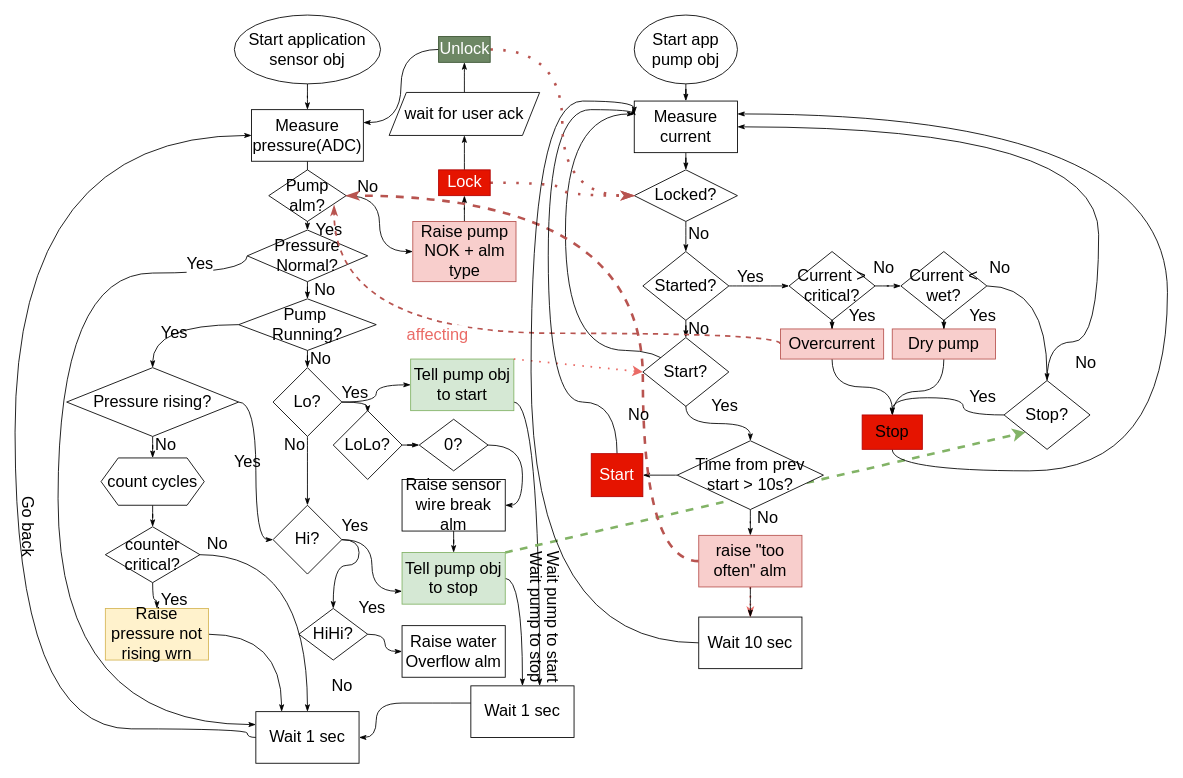
Before: page "Algo" (2 of 2) of PumpDriver.drawio in megavad/Diagrams, a draw.io diagram. Source tidied: cells renumbered, new cells numbered last; positions are measured from the earlier drawing's top-left corner, leaving out a move shared by most shapes. Both pictures are drawn from the tidied source at 86%, with x=0, y=0 at pixel (-11, 15).
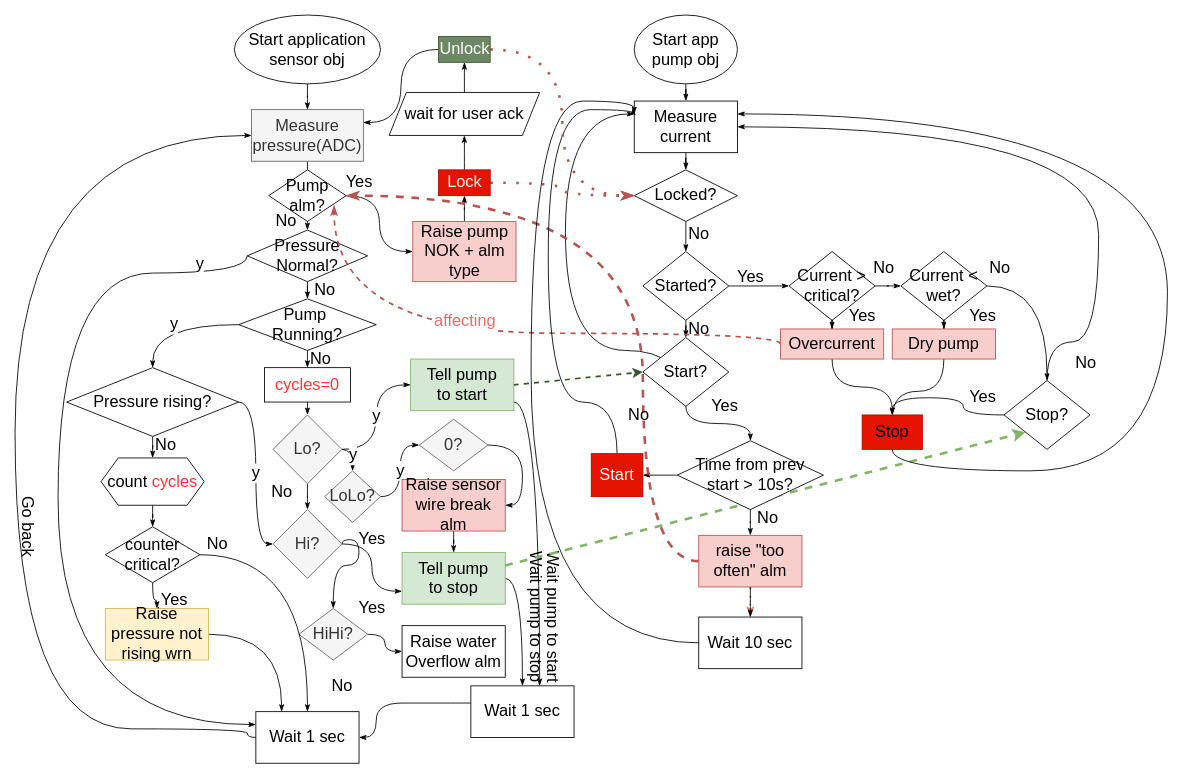
Above is the later version.

The change refers to these unchanged cells:
```xml
<mxCell id="20" value="Wait 1 sec" style="rounded=0;whiteSpace=wrap;html=1;fontSize=19;strokeWidth=1;" parent="1" vertex="1">
  <mxGeometry x="310" y="810" width="120" height="60" as="geometry" />
</mxCell>
<mxCell id="25" value="Pressure&lt;br&gt;Normal?" style="rhombus;whiteSpace=wrap;html=1;fontSize=19;strokeWidth=1;" parent="1" vertex="1">
  <mxGeometry x="300" y="250" width="140" height="60" as="geometry" />
</mxCell>
<mxCell id="50" value="Start?" style="rhombus;whiteSpace=wrap;html=1;fontSize=19;strokeWidth=1;" parent="1" vertex="1">
  <mxGeometry x="760" y="375" width="100" height="80" as="geometry" />
</mxCell>
<mxCell id="53" value="Stop?" style="rhombus;whiteSpace=wrap;html=1;fontSize=19;strokeWidth=1;" parent="1" vertex="1">
  <mxGeometry x="1180" y="425" width="100" height="80" as="geometry" />
</mxCell>
<mxCell id="67" value="Pressure rising?" style="rhombus;whiteSpace=wrap;html=1;fontSize=19;strokeWidth=1;" parent="1" vertex="1">
  <mxGeometry x="90" y="410" width="200" height="80" as="geometry" />
</mxCell>
<mxCell id="70" value="Pump&amp;nbsp;&lt;br&gt;Running?" style="rhombus;whiteSpace=wrap;html=1;fontSize=19;strokeWidth=1;" parent="1" vertex="1">
  <mxGeometry x="290" y="330" width="160" height="60" as="geometry" />
</mxCell>
<mxCell id="77" style="edgeStyle=orthogonalEdgeStyle;curved=1;jettySize=auto;html=1;entryX=0.844;entryY=0.688;entryDx=0;entryDy=0;entryPerimeter=0;fontSize=19;endArrow=classicThin;endFill=1;strokeColor=#b85450;strokeWidth=2;dashed=1;fillColor=#f8cecc;exitX=0;exitY=0.5;exitDx=0;exitDy=0;" parent="1" edge="1" source="80" target="59">
  <mxGeometry relative="1" as="geometry">
    <Array as="points">
      <mxPoint x="920" y="370" />
      <mxPoint x="401" y="370" />
    </Array>
  </mxGeometry>
</mxCell>
```

Diff of the diagram source:
```diff
@@
-    <mxCell id="5" value="Measure pressure(ADC)" style="rounded=0;whiteSpace=wrap;html=1;fontSize=19;strokeWidth=1;" parent="1" vertex="1">
+    <mxCell id="5" value="Measure pressure(ADC)" style="rounded=0;whiteSpace=wrap;html=1;fontSize=19;strokeWidth=1;fillColor=#f5f5f5;fontColor=#333333;strokeColor=#666666;" parent="1" vertex="1">
       <mxGeometry x="305" y="110" width="130" height="60" as="geometry" />
     </mxCell>
-    <mxCell id="6" style="edgeStyle=orthogonalEdgeStyle;curved=1;jettySize=auto;html=1;fontSize=19;endArrow=classicThin;endFill=1;strokeColor=default;strokeWidth=1;entryX=0.8;entryY=1.056;entryDx=0;entryDy=0;entryPerimeter=0;exitX=1;exitY=0.5;exitDx=0;exitDy=0;" parent="1" edge="1" source="9" target="28">
-      <mxGeometry relative="1" as="geometry" />
-    </mxCell>
@@
-    <mxCell id="8" style="edgeStyle=orthogonalEdgeStyle;curved=1;jettySize=auto;html=1;entryX=0;entryY=0.5;entryDx=0;entryDy=0;fontSize=19;endArrow=classicThin;endFill=1;strokeColor=default;strokeWidth=1;" parent="1" edge="1" source="9" target="22">
+    <mxCell id="8" value="y" style="edgeStyle=orthogonalEdgeStyle;curved=1;jettySize=auto;html=1;entryX=0;entryY=0.5;entryDx=0;entryDy=0;fontSize=19;endArrow=classicThin;endFill=1;strokeColor=default;strokeWidth=1;" parent="1" edge="1" source="9" target="22">
       <mxGeometry relative="1" as="geometry" />
     </mxCell>
+    <mxCell id="129" value="y" style="edgeStyle=orthogonalEdgeStyle;curved=1;jettySize=auto;html=1;exitX=1;exitY=0.5;exitDx=0;exitDy=0;fontSize=19;fontColor=#000000;endArrow=classicThin;endFill=1;strokeColor=#000000;strokeWidth=1;entryX=0.5;entryY=0;entryDx=0;entryDy=0;" parent="1" edge="1" source="9" target="11">
+      <mxGeometry relative="1" as="geometry" />
+    </mxCell>
-    <mxCell id="9" value="Lo?" style="rhombus;whiteSpace=wrap;html=1;fontSize=19;strokeWidth=1;" parent="1" vertex="1">
-      <mxGeometry x="330" y="410" width="80" height="80" as="geometry" />
+    <mxCell id="9" value="Lo?" style="rhombus;whiteSpace=wrap;html=1;fontSize=19;strokeWidth=1;fillColor=#f5f5f5;fontColor=#333333;strokeColor=#666666;" parent="1" vertex="1">
+      <mxGeometry x="330" y="465" width="80" height="80" as="geometry" />
     </mxCell>
-    <mxCell id="10" style="edgeStyle=orthogonalEdgeStyle;curved=1;jettySize=auto;html=1;fontSize=19;endArrow=classicThin;endFill=1;strokeColor=default;strokeWidth=1;" parent="1" edge="1" source="11" target="74">
+    <mxCell id="10" value="y" style="edgeStyle=orthogonalEdgeStyle;curved=1;jettySize=auto;html=1;fontSize=19;endArrow=classicThin;endFill=1;strokeColor=default;strokeWidth=1;" parent="1" edge="1" source="11" target="74">
       <mxGeometry relative="1" as="geometry" />
     </mxCell>
-    <mxCell id="11" value="LoLo?" style="rhombus;whiteSpace=wrap;html=1;fontSize=19;strokeWidth=1;" parent="1" vertex="1">
-      <mxGeometry x="400" y="460" width="80" height="80" as="geometry" />
+    <mxCell id="11" value="LoLo?" style="rhombus;whiteSpace=wrap;html=1;fontSize=19;strokeWidth=1;fillColor=#f5f5f5;fontColor=#333333;strokeColor=#666666;" parent="1" vertex="1">
+      <mxGeometry x="390" y="530" width="65" height="60" as="geometry" />
     </mxCell>
@@
-    <mxCell id="14" value="Hi?" style="rhombus;whiteSpace=wrap;html=1;fontSize=19;strokeWidth=1;" parent="1" vertex="1">
-      <mxGeometry x="330" y="570" width="80" height="80" as="geometry" />
+    <mxCell id="14" value="Hi?" style="rhombus;whiteSpace=wrap;html=1;fontSize=19;strokeWidth=1;fillColor=#f5f5f5;fontColor=#333333;strokeColor=#666666;" parent="1" vertex="1">
+      <mxGeometry x="330" y="575" width="80" height="80" as="geometry" />
     </mxCell>
@@
-    <mxCell id="16" value="HiHi?" style="rhombus;whiteSpace=wrap;html=1;fontSize=19;strokeWidth=1;" parent="1" vertex="1">
+    <mxCell id="16" value="HiHi?" style="rhombus;whiteSpace=wrap;html=1;fontSize=19;strokeWidth=1;fillColor=#f5f5f5;fontColor=#333333;strokeColor=#666666;" parent="1" vertex="1">
       <mxGeometry x="360" y="690" width="80" height="60" as="geometry" />
     </mxCell>
     <mxCell id="17" value="No" style="text;html=1;align=center;verticalAlign=middle;strokeColor=none;fillColor=none;fontSize=19;" parent="1" vertex="1">
-      <mxGeometry x="330" y="480" width="50" height="40" as="geometry" />
+      <mxGeometry x="315" y="535" width="50" height="40" as="geometry" />
     </mxCell>
@@
-    <mxCell id="22" value="Tell pump obj&lt;br&gt;to start" style="whiteSpace=wrap;html=1;fontSize=19;strokeWidth=1;fillColor=#d5e8d4;strokeColor=#82b366;" parent="1" vertex="1">
+    <mxCell id="22" value="Tell pump&lt;br&gt;to start" style="whiteSpace=wrap;html=1;fontSize=19;strokeWidth=1;fillColor=#d5e8d4;strokeColor=#82b366;" parent="1" vertex="1">
       <mxGeometry x="490" y="400" width="120" height="60" as="geometry" />
     </mxCell>
-    <mxCell id="23" value="Yes" style="edgeStyle=orthogonalEdgeStyle;curved=1;jettySize=auto;html=1;entryX=0;entryY=0.25;entryDx=0;entryDy=0;fontSize=19;endArrow=classicThin;endFill=1;strokeColor=default;strokeWidth=1;exitX=0;exitY=0.5;exitDx=0;exitDy=0;" parent="1" edge="1" source="25" target="20">
+    <mxCell id="23" value="y" style="edgeStyle=orthogonalEdgeStyle;curved=1;jettySize=auto;html=1;entryX=0;entryY=0.25;entryDx=0;entryDy=0;fontSize=19;endArrow=classicThin;endFill=1;strokeColor=default;strokeWidth=1;exitX=0;exitY=0.5;exitDx=0;exitDy=0;" parent="1" edge="1" source="25" target="20">
       <mxGeometry x="-0.85" y="-10" relative="1" as="geometry">
         <Array as="points">
           <mxPoint x="300" y="300" />
           <mxPoint x="80" y="300" />
           <mxPoint x="80" y="825" />
         </Array>
       </mxGeometry>
     </mxCell>
@@
-    <mxCell id="28" value="Yes" style="text;html=1;align=center;verticalAlign=middle;points=[];strokeColor=none;fillColor=none;fontSize=19;" parent="1" vertex="1">
-      <mxGeometry x="400" y="420" width="50" height="40" as="geometry" />
-    </mxCell>
@@
-    <mxCell id="30" value="Tell pump obj&lt;br&gt;to stop" style="whiteSpace=wrap;html=1;fontSize=19;strokeWidth=1;fillColor=#d5e8d4;strokeColor=#82b366;" parent="1" vertex="1">
+    <mxCell id="30" value="Tell pump&lt;br&gt;to stop" style="whiteSpace=wrap;html=1;fontSize=19;strokeWidth=1;fillColor=#d5e8d4;strokeColor=#82b366;" parent="1" vertex="1">
       <mxGeometry x="480" y="625" width="120" height="60" as="geometry" />
     </mxCell>
     <mxCell id="31" value="Yes" style="text;html=1;align=center;verticalAlign=middle;strokeColor=none;fillColor=none;fontSize=19;" parent="1" vertex="1">
-      <mxGeometry x="400" y="575" width="50" height="40" as="geometry" />
+      <mxGeometry x="420" y="590" width="50" height="40" as="geometry" />
     </mxCell>
@@
-    <mxCell id="42" value="Raise sensor wire break alm" style="whiteSpace=wrap;html=1;fontSize=19;strokeWidth=1;" parent="1" vertex="1">
+    <mxCell id="42" value="Raise sensor wire break alm" style="whiteSpace=wrap;html=1;fontSize=19;strokeWidth=1;fillColor=#f8cecc;strokeColor=#b85450;" parent="1" vertex="1">
       <mxGeometry x="480" y="540" width="120" height="60" as="geometry" />
     </mxCell>
@@
-    <mxCell id="46" style="endArrow=classic;html=1;fontSize=19;strokeColor=#EA6B66;strokeWidth=2;curved=1;exitX=1;exitY=0;exitDx=0;exitDy=0;dashed=1;dashPattern=1 4;entryX=0;entryY=0.5;entryDx=0;entryDy=0;" parent="1" edge="1" source="22" target="50">
+    <mxCell id="46" style="endArrow=classic;html=1;fontSize=19;strokeColor=#3A5431;strokeWidth=2;curved=1;exitX=1;exitY=0.5;exitDx=0;exitDy=0;dashed=1;entryX=0;entryY=0.5;entryDx=0;entryDy=0;fillColor=#6d8764;" parent="1" edge="1" source="22" target="50">
       <mxGeometry relative="1" as="geometry" />
     </mxCell>
-    <mxCell id="47" style="endArrow=classic;html=1;fontSize=19;strokeColor=#82b366;strokeWidth=3;curved=1;exitX=1;exitY=0;exitDx=0;exitDy=0;entryX=0;entryY=1;entryDx=0;entryDy=0;dashed=1;fillColor=#d5e8d4;" parent="1" edge="1" source="30" target="53">
+    <mxCell id="47" style="endArrow=classic;html=1;fontSize=19;strokeColor=#82b366;strokeWidth=3;curved=1;exitX=1;exitY=0.25;exitDx=0;exitDy=0;entryX=0;entryY=1;entryDx=0;entryDy=0;dashed=1;fillColor=#d5e8d4;" parent="1" edge="1" source="30" target="53">
       <mxGeometry relative="1" as="geometry" />
     </mxCell>
@@
-    <mxCell id="60" style="edgeStyle=orthogonalEdgeStyle;curved=1;jettySize=auto;html=1;fontSize=19;endArrow=classicThin;endFill=1;strokeColor=default;strokeWidth=1;exitX=0;exitY=0.5;exitDx=0;exitDy=0;entryX=0.5;entryY=0;entryDx=0;entryDy=0;" parent="1" edge="1" source="70" target="67">
+    <mxCell id="60" value="y" style="edgeStyle=orthogonalEdgeStyle;curved=1;jettySize=auto;html=1;fontSize=19;endArrow=classicThin;endFill=1;strokeColor=default;strokeWidth=1;exitX=0;exitY=0.5;exitDx=0;exitDy=0;entryX=0.5;entryY=0;entryDx=0;entryDy=0;" parent="1" edge="1" source="70" target="67">
       <mxGeometry relative="1" as="geometry">
         <Array as="points">
           <mxPoint x="190" y="360" />
         </Array>
       </mxGeometry>
     </mxCell>
@@
     <mxCell id="63" value="No" style="text;html=1;align=center;verticalAlign=middle;strokeColor=none;fillColor=none;fontSize=19;" parent="1" vertex="1">
-      <mxGeometry x="415" y="180" width="50" height="40" as="geometry" />
+      <mxGeometry x="320" y="220" width="50" height="40" as="geometry" />
     </mxCell>
     <mxCell id="64" value="Yes" style="text;html=1;align=center;verticalAlign=middle;strokeColor=none;fillColor=none;fontSize=19;" parent="1" vertex="1">
-      <mxGeometry x="370" y="230" width="50" height="40" as="geometry" />
+      <mxGeometry x="405" y="175" width="50" height="40" as="geometry" />
     </mxCell>
-    <mxCell id="65" style="edgeStyle=orthogonalEdgeStyle;curved=1;jettySize=auto;html=1;entryX=0;entryY=0.5;entryDx=0;entryDy=0;fontSize=19;endArrow=classicThin;endFill=1;strokeColor=default;strokeWidth=1;" parent="1" edge="1" source="67" target="14">
+    <mxCell id="65" value="y" style="edgeStyle=orthogonalEdgeStyle;curved=1;jettySize=auto;html=1;entryX=0;entryY=0.5;entryDx=0;entryDy=0;fontSize=19;endArrow=classicThin;endFill=1;strokeColor=default;strokeWidth=1;" parent="1" edge="1" source="67" target="14">
       <mxGeometry relative="1" as="geometry" />
     </mxCell>
@@
-    <mxCell id="68" value="Yes" style="text;html=1;align=center;verticalAlign=middle;strokeColor=none;fillColor=none;fontSize=19;" parent="1" vertex="1">
-      <mxGeometry x="190" y="350" width="50" height="40" as="geometry" />
-    </mxCell>
-    <mxCell id="69" style="edgeStyle=orthogonalEdgeStyle;curved=1;jettySize=auto;html=1;exitX=0.5;exitY=1;exitDx=0;exitDy=0;fontSize=19;endArrow=classicThin;endFill=1;strokeColor=default;strokeWidth=1;" parent="1" edge="1" source="70" target="9">
-      <mxGeometry relative="1" as="geometry" />
-    </mxCell>
+    <mxCell id="130" style="edgeStyle=orthogonalEdgeStyle;curved=1;jettySize=auto;html=1;exitX=0.5;exitY=1;exitDx=0;exitDy=0;entryX=0.5;entryY=0;entryDx=0;entryDy=0;fontSize=19;fontColor=#000000;endArrow=classicThin;endFill=1;strokeColor=#000000;strokeWidth=1;" parent="1" edge="1" source="70" target="132">
+      <mxGeometry relative="1" as="geometry" />
+    </mxCell>
@@
-    <mxCell id="71" value="Yes" style="text;html=1;align=center;verticalAlign=middle;strokeColor=none;fillColor=none;fontSize=19;" parent="1" vertex="1">
-      <mxGeometry x="275" y="500" width="50" height="40" as="geometry" />
-    </mxCell>
@@
-    <mxCell id="74" value="0?" style="rhombus;whiteSpace=wrap;html=1;fontSize=19;strokeWidth=1;" parent="1" vertex="1">
+    <mxCell id="74" value="0?" style="rhombus;whiteSpace=wrap;html=1;fontSize=19;strokeWidth=1;fillColor=#f5f5f5;fontColor=#333333;strokeColor=#666666;" parent="1" vertex="1">
       <mxGeometry x="500" y="470" width="80" height="60" as="geometry" />
     </mxCell>
@@
     <mxCell id="78" value="affecting" style="edgeLabel;html=1;align=center;verticalAlign=middle;fontSize=19;fontColor=#EA6B66;" parent="77" vertex="1">
-      <mxGeometry x="0.21" y="1" relative="1" as="geometry" />
+      <mxGeometry x="0.21" y="1" relative="1" as="geometry">
+        <mxPoint x="32" y="-16" as="offset" />
+      </mxGeometry>
     </mxCell>
@@
-    <mxCell id="112" value="count cycles" style="shape=hexagon;perimeter=hexagonPerimeter2;whiteSpace=wrap;html=1;fixedSize=1;fontSize=19;fontColor=#000000;strokeWidth=1;" parent="1" vertex="1">
+    <mxCell id="112" value="count &lt;font color=&quot;#ff3333&quot;&gt;cycles&lt;/font&gt;" style="shape=hexagon;perimeter=hexagonPerimeter2;whiteSpace=wrap;html=1;fixedSize=1;fontSize=19;fontColor=#000000;strokeWidth=1;" parent="1" vertex="1">
       <mxGeometry x="130" y="515" width="120" height="55" as="geometry" />
     </mxCell>
@@
+    <mxCell id="131" style="edgeStyle=orthogonalEdgeStyle;curved=1;jettySize=auto;html=1;exitX=0.5;exitY=1;exitDx=0;exitDy=0;entryX=0.5;entryY=0;entryDx=0;entryDy=0;fontSize=19;fontColor=#000000;endArrow=classicThin;endFill=1;strokeColor=#000000;strokeWidth=1;" parent="1" edge="1" source="132" target="9">
+      <mxGeometry relative="1" as="geometry" />
+    </mxCell>
+    <mxCell id="132" value="&lt;span style=&quot;caret-color: rgb(255, 51, 51); color: rgb(255, 51, 51);&quot;&gt;cycles=0&lt;/span&gt;" style="rounded=0;whiteSpace=wrap;html=1;fontSize=19;fontColor=#000000;strokeWidth=1;" parent="1" vertex="1">
+      <mxGeometry x="320" y="410" width="100" height="40" as="geometry" />
+    </mxCell>
```
